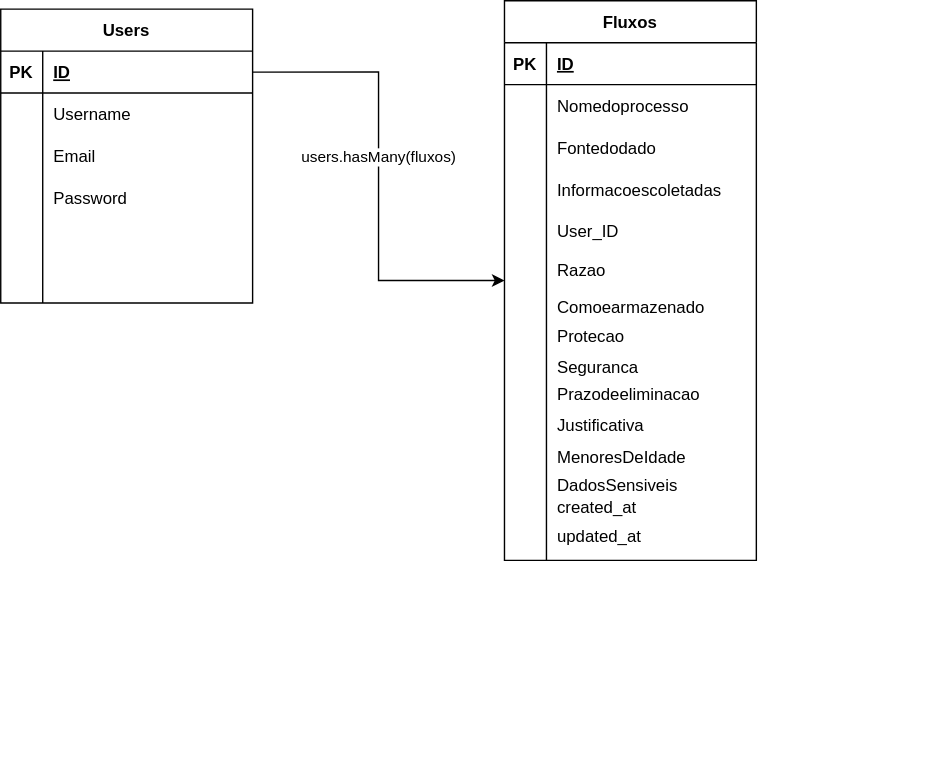
dlfraga/lgpdSystem keeps this draw.io diagram as diagramas/ER-Banco.drawio.svg. Above is the earlier version. Source tidied: cells renumbered, new cells last; positions are measured from the earlier drawing's top-left corner, leaving out a move shared by most shapes.
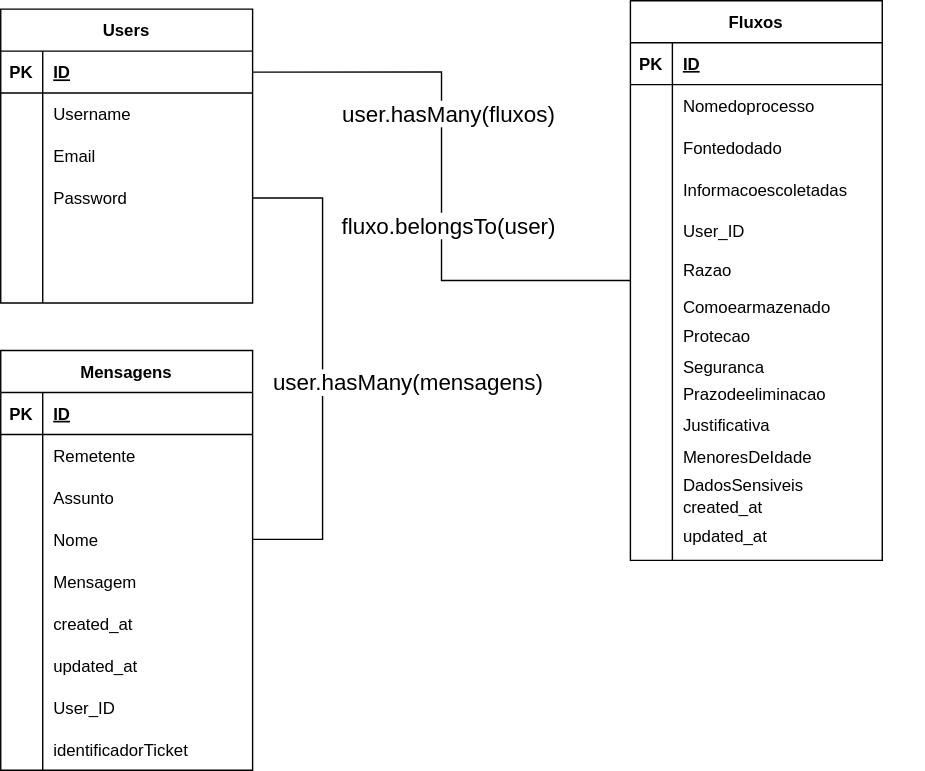
After the commit.

Commit message:
adicionado crud de solicitaçoes de informacao. alterado o diagrama de classes

The edit, as a diff of the source:
```diff
@@ -3,7 +3,7 @@
     <mxCell id="0" />
     <mxCell id="1" parent="0" />
     <mxCell id="2" value="Users" style="shape=table;startSize=30;rowLines=0;fontStyle=1;align=center;" parent="1" vertex="1">
-      <mxGeometry y="6" width="180" height="210" as="geometry" />
+      <mxGeometry x="-90" y="6" width="180" height="210" as="geometry" />
     </mxCell>
     <mxCell id="3" style="shape=partialRectangle;fillColor=none;top=0;left=0;bottom=1;right=0;points=[[0,0.5],[1,0.5]];portConstraint=eastwest;" parent="2" vertex="1">
       <mxGeometry y="30" width="180" height="30" as="geometry" />
@@ -42,7 +42,7 @@
       <mxGeometry x="30" width="150" height="30" as="geometry" />
     </mxCell>
     <mxCell id="15" style="group;" parent="1" vertex="1">
-      <mxGeometry x="480" width="180" height="545" as="geometry" />
+      <mxGeometry x="390" width="180" height="545" as="geometry" />
     </mxCell>
     <mxCell id="16" value="updated_at" style="shape=partialRectangle;fillColor=none;top=0;left=0;bottom=0;right=0;align=left;spacingLeft=6;overflow=hidden;flipV=0;" parent="1" vertex="1">
       <mxGeometry x="390" y="364.1" width="150" height="36" as="geometry" />
@@ -116,13 +116,115 @@
     <mxCell id="39" value="Informacoescoletadas" style="shape=partialRectangle;fillColor=none;top=0;left=0;bottom=0;right=0;align=left;spacingLeft=6;overflow=hidden;" parent="37" vertex="1">
       <mxGeometry x="30" width="150" height="30" as="geometry" />
     </mxCell>
-    <mxCell id="40" style="edgeStyle=orthogonalEdgeStyle;rounded=0;jettySize=auto;html=1;exitX=1;exitY=0.5;exitDx=0;exitDy=0;entryX=0;entryY=0.5;entryDx=0;entryDy=0;" parent="1" edge="1" source="3" target="27">
+    <mxCell id="40" style="edgeStyle=orthogonalEdgeStyle;rounded=0;jettySize=auto;html=1;exitX=1;exitY=0.5;exitDx=0;exitDy=0;entryX=0;entryY=0.5;entryDx=0;entryDy=0;endArrow=none;endFill=0;" parent="1" edge="1" source="3" target="27">
       <mxGeometry relative="1" as="geometry" />
     </mxCell>
-    <mxCell id="41" value="users.hasMany(fluxos)" style="edgeLabel;html=1;align=center;verticalAlign=middle;" parent="40" vertex="1">
+    <mxCell id="41" value="user.hasMany(fluxos)" style="edgeLabel;html=1;align=center;verticalAlign=middle;fontSize=16;" parent="40" vertex="1">
       <mxGeometry x="0.55" y="-2" relative="1" as="geometry">
-        <mxPoint x="-15" y="-91" as="offset" />
+        <mxPoint x="-35" y="-122" as="offset" />
       </mxGeometry>
     </mxCell>
+    <mxCell id="42" value="fluxo.belongsTo(user)" style="edgeLabel;html=1;align=center;verticalAlign=middle;fontSize=16;" parent="40" vertex="1">
+      <mxGeometry x="0.59" y="-3" relative="1" as="geometry">
+        <mxPoint x="-43" y="-43" as="offset" />
+      </mxGeometry>
+    </mxCell>
+    <mxCell id="43" value="Mensagens" style="shape=table;startSize=30;rowLines=0;fontStyle=1;align=center;" parent="1" vertex="1">
+      <mxGeometry x="-90" y="250" width="180" height="300" as="geometry" />
+    </mxCell>
+    <mxCell id="44" style="shape=partialRectangle;fillColor=none;top=0;left=0;bottom=1;right=0;" parent="43" vertex="1">
+      <mxGeometry y="30" width="180" height="30" as="geometry" />
+    </mxCell>
+    <mxCell id="45" value="PK" style="shape=partialRectangle;fillColor=none;top=0;left=0;bottom=0;right=0;fontStyle=1;overflow=hidden;" parent="44" vertex="1">
+      <mxGeometry width="30" height="30" as="geometry" />
+    </mxCell>
+    <mxCell id="46" value="ID" style="shape=partialRectangle;fillColor=none;top=0;left=0;bottom=0;right=0;align=left;spacingLeft=6;fontStyle=5;overflow=hidden;" parent="44" vertex="1">
+      <mxGeometry x="30" width="150" height="30" as="geometry" />
+    </mxCell>
+    <mxCell id="47" style="shape=partialRectangle;fillColor=none;top=0;left=0;bottom=0;right=0;" parent="43" vertex="1">
+      <mxGeometry y="60" width="180" height="30" as="geometry" />
+    </mxCell>
+    <mxCell id="48" style="shape=partialRectangle;fillColor=none;top=0;left=0;bottom=0;right=0;overflow=hidden;" parent="47" vertex="1">
+      <mxGeometry width="30" height="30" as="geometry" />
+    </mxCell>
+    <mxCell id="49" value="Remetente" style="shape=partialRectangle;fillColor=none;top=0;left=0;bottom=0;right=0;align=left;spacingLeft=6;overflow=hidden;" parent="47" vertex="1">
+      <mxGeometry x="30" width="150" height="30" as="geometry" />
+    </mxCell>
+    <mxCell id="50" style="shape=partialRectangle;fillColor=none;top=0;left=0;bottom=0;right=0;" parent="43" vertex="1">
+      <mxGeometry y="90" width="180" height="30" as="geometry" />
+    </mxCell>
+    <mxCell id="51" style="shape=partialRectangle;fillColor=none;top=0;left=0;bottom=0;right=0;overflow=hidden;" parent="50" vertex="1">
+      <mxGeometry width="30" height="30" as="geometry" />
+    </mxCell>
+    <mxCell id="52" value="Assunto" style="shape=partialRectangle;fillColor=none;top=0;left=0;bottom=0;right=0;align=left;spacingLeft=6;overflow=hidden;" parent="50" vertex="1">
+      <mxGeometry x="30" width="150" height="30" as="geometry" />
+    </mxCell>
+    <mxCell id="53" style="shape=partialRectangle;fillColor=none;top=0;left=0;bottom=0;right=0;points=[[0,0.5],[1,0.5]];portConstraint=eastwest;" parent="43" vertex="1">
+      <mxGeometry y="120" width="180" height="30" as="geometry" />
+    </mxCell>
+    <mxCell id="54" style="shape=partialRectangle;fillColor=none;top=0;left=0;bottom=0;right=0;overflow=hidden;" parent="53" vertex="1">
+      <mxGeometry width="30" height="30" as="geometry" />
+    </mxCell>
+    <mxCell id="55" value="Nome" style="shape=partialRectangle;fillColor=none;top=0;left=0;bottom=0;right=0;align=left;spacingLeft=6;overflow=hidden;" parent="53" vertex="1">
+      <mxGeometry x="30" width="150" height="30" as="geometry" />
+    </mxCell>
+    <mxCell id="56" style="shape=partialRectangle;fillColor=none;top=0;left=0;bottom=0;right=0;" parent="43" vertex="1">
+      <mxGeometry y="150" width="180" height="30" as="geometry" />
+    </mxCell>
+    <mxCell id="57" style="shape=partialRectangle;fillColor=none;top=0;left=0;bottom=0;right=0;overflow=hidden;" parent="56" vertex="1">
+      <mxGeometry width="30" height="30" as="geometry" />
+    </mxCell>
+    <mxCell id="58" value="Mensagem" style="shape=partialRectangle;fillColor=none;top=0;left=0;bottom=0;right=0;align=left;spacingLeft=6;overflow=hidden;" parent="56" vertex="1">
+      <mxGeometry x="30" width="150" height="30" as="geometry" />
+    </mxCell>
+    <mxCell id="59" style="shape=partialRectangle;fillColor=none;top=0;left=0;bottom=0;right=0;" parent="43" vertex="1">
+      <mxGeometry y="180" width="180" height="30" as="geometry" />
+    </mxCell>
+    <mxCell id="60" style="shape=partialRectangle;fillColor=none;top=0;left=0;bottom=0;right=0;overflow=hidden;" parent="59" vertex="1">
+      <mxGeometry width="30" height="30" as="geometry" />
+    </mxCell>
+    <mxCell id="61" value="created_at" style="shape=partialRectangle;fillColor=none;top=0;left=0;bottom=0;right=0;align=left;spacingLeft=6;overflow=hidden;" parent="59" vertex="1">
+      <mxGeometry x="30" width="150" height="30" as="geometry" />
+    </mxCell>
+    <mxCell id="62" style="shape=partialRectangle;fillColor=none;top=0;left=0;bottom=0;right=0;" parent="43" vertex="1">
+      <mxGeometry y="210" width="180" height="30" as="geometry" />
+    </mxCell>
+    <mxCell id="63" style="shape=partialRectangle;fillColor=none;top=0;left=0;bottom=0;right=0;overflow=hidden;" parent="62" vertex="1">
+      <mxGeometry width="30" height="30" as="geometry" />
+    </mxCell>
+    <mxCell id="64" value="updated_at" style="shape=partialRectangle;fillColor=none;top=0;left=0;bottom=0;right=0;align=left;spacingLeft=6;overflow=hidden;" parent="62" vertex="1">
+      <mxGeometry x="30" width="150" height="30" as="geometry" />
+    </mxCell>
+    <mxCell id="65" style="shape=partialRectangle;fillColor=none;top=0;left=0;bottom=0;right=0;" parent="43" vertex="1">
+      <mxGeometry y="240" width="180" height="30" as="geometry" />
+    </mxCell>
+    <mxCell id="66" style="shape=partialRectangle;fillColor=none;top=0;left=0;bottom=0;right=0;overflow=hidden;" parent="65" vertex="1">
+      <mxGeometry width="30" height="30" as="geometry" />
+    </mxCell>
+    <mxCell id="67" value="User_ID" style="shape=partialRectangle;fillColor=none;top=0;left=0;bottom=0;right=0;align=left;spacingLeft=6;overflow=hidden;" parent="65" vertex="1">
+      <mxGeometry x="30" width="150" height="30" as="geometry" />
+    </mxCell>
+    <mxCell id="68" style="shape=partialRectangle;fillColor=none;top=0;left=0;bottom=0;right=0;" parent="43" vertex="1">
+      <mxGeometry y="270" width="180" height="30" as="geometry" />
+    </mxCell>
+    <mxCell id="69" style="shape=partialRectangle;fillColor=none;top=0;left=0;bottom=0;right=0;overflow=hidden;" parent="68" vertex="1">
+      <mxGeometry width="30" height="30" as="geometry" />
+    </mxCell>
+    <mxCell id="70" value="identificadorTicket" style="shape=partialRectangle;fillColor=none;top=0;left=0;bottom=0;right=0;align=left;spacingLeft=6;overflow=hidden;" parent="68" vertex="1">
+      <mxGeometry x="30" width="150" height="30" as="geometry" />
+    </mxCell>
+    <mxCell id="71" style="edgeStyle=orthogonalEdgeStyle;rounded=0;jettySize=auto;html=1;exitX=1;exitY=0.5;exitDx=0;exitDy=0;entryX=1;entryY=0.5;entryDx=0;entryDy=0;endArrow=none;endFill=0;fontSize=16;" parent="1" edge="1" source="53" target="12">
+      <mxGeometry relative="1" as="geometry">
+        <Array as="points">
+          <mxPoint x="140" y="385" />
+          <mxPoint x="140" y="141" />
+        </Array>
+      </mxGeometry>
+    </mxCell>
+    <mxCell id="72" value="user.hasMany(mensagens)" style="edgeLabel;html=1;align=center;verticalAlign=middle;fontSize=16;" parent="71" vertex="1">
+      <mxGeometry x="0.13" y="4" relative="1" as="geometry">
+        <mxPoint x="64" y="31.5" as="offset" />
+      </mxGeometry>
+    </mxCell>
   </root>
 </mxGraphModel>
```
